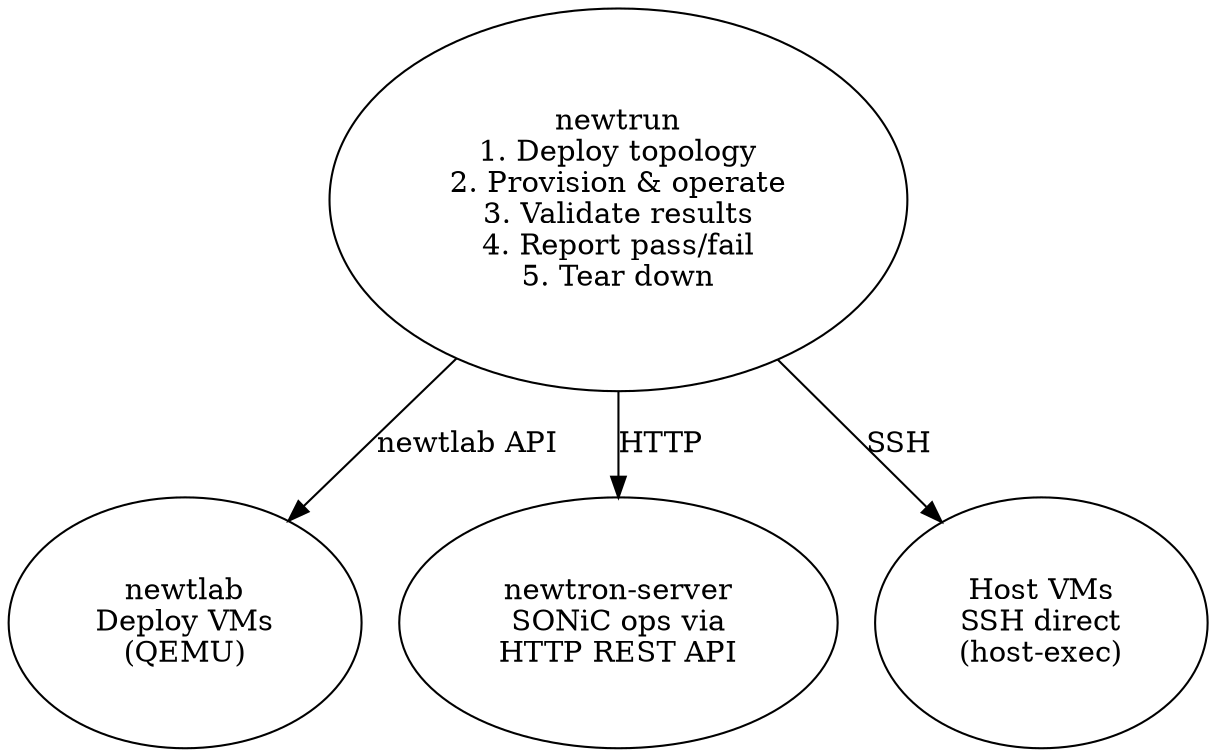
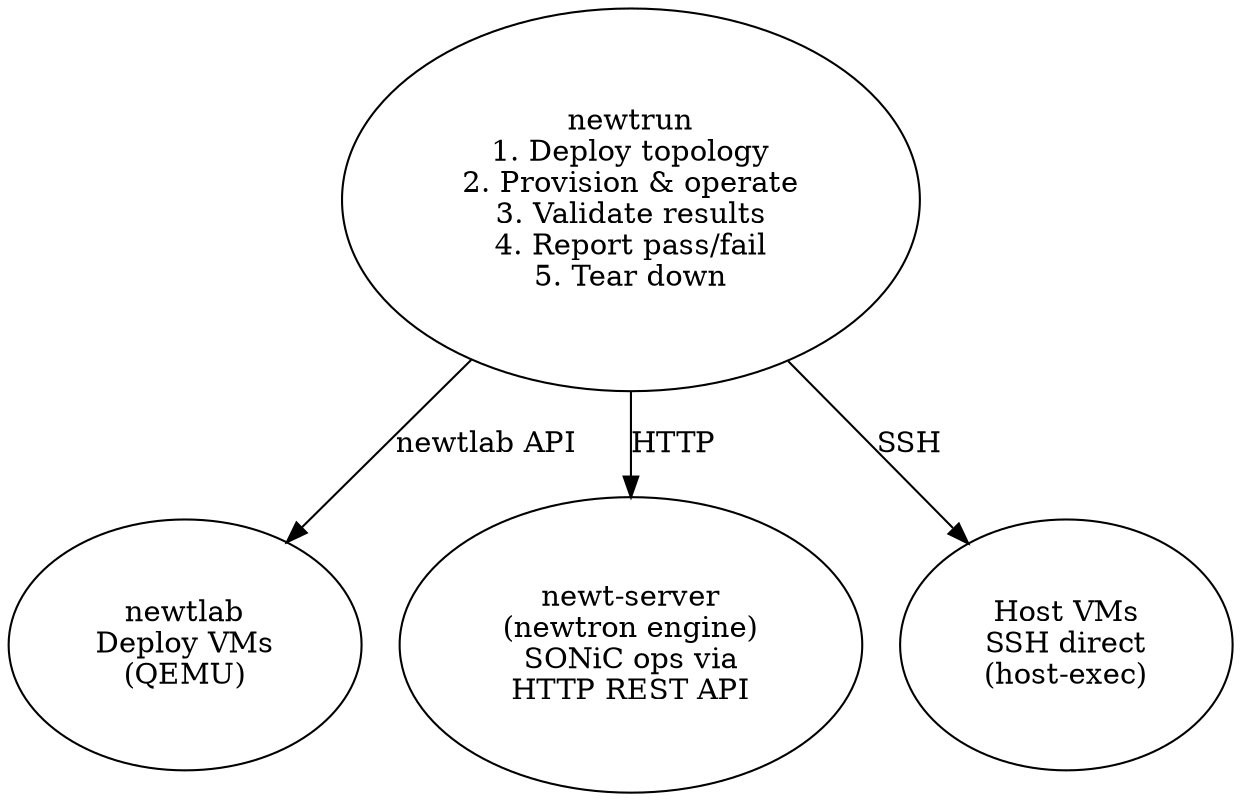
digraph {
    rankdir=TB;
    "\n  newtrun  \n  1. Deploy topology  \n  2. Provision & operate  \n  3. Validate results  \n  4. Report pass/fail  \n  5. Tear down  \n\n" -> "\n  newtlab  \n  Deploy VMs  \n  (QEMU)  \n\n" [label="newtlab API"];
-     "\n  newtrun  \n  1. Deploy topology  \n  2. Provision & operate  \n  3. Validate results  \n  4. Report pass/fail  \n  5. Tear down  \n\n" -> "\n  newtron-server  \n  SONiC ops via  \n  HTTP REST API  \n\n" [label="HTTP"];
+     "\n  newtrun  \n  1. Deploy topology  \n  2. Provision & operate  \n  3. Validate results  \n  4. Report pass/fail  \n  5. Tear down  \n\n" -> "\n  newt-server  \n  (newtron engine)  \n  SONiC ops via  \n  HTTP REST API  \n\n" [label="HTTP"];
    "\n  newtrun  \n  1. Deploy topology  \n  2. Provision & operate  \n  3. Validate results  \n  4. Report pass/fail  \n  5. Tear down  \n\n" -> "\n  Host VMs  \n  SSH direct  \n  (host-exec)  \n\n" [label="SSH"];
}
